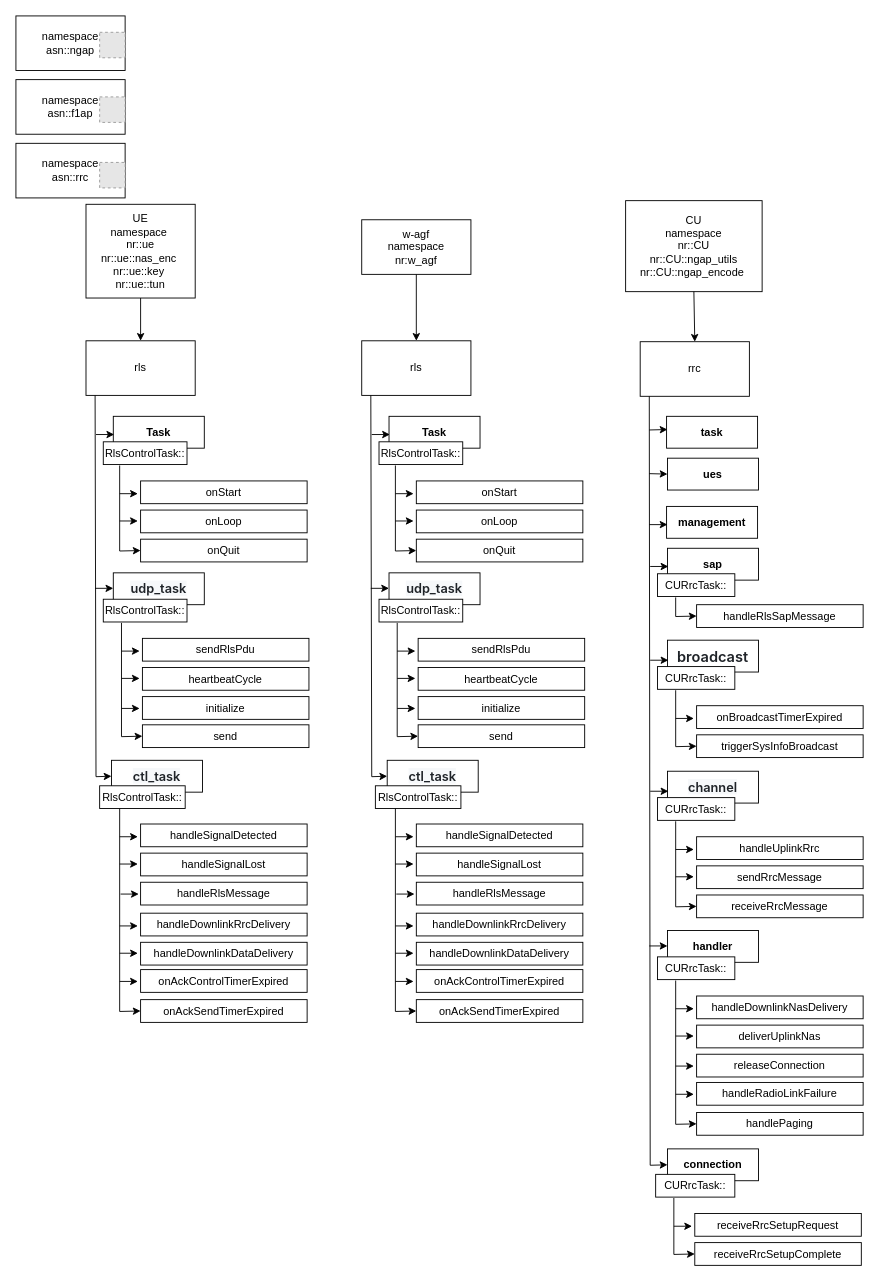
This is page "rlc code architecture" (3 of 4) of Diagram of code.drawio from saffanazyan07/z-UERANSIM-W-AGF, a draw.io file, before an edit. Source tidied: cells renumbered, new cells numbered last; positions are measured from the earlier drawing's top-left corner, leaving out a move shared by most shapes. Both pictures are drawn from the tidied source at 91%, with x=0, y=0 at pixel (15, 15). Pictures stored in the file or linked from it are replaced by grey dashed boxes.
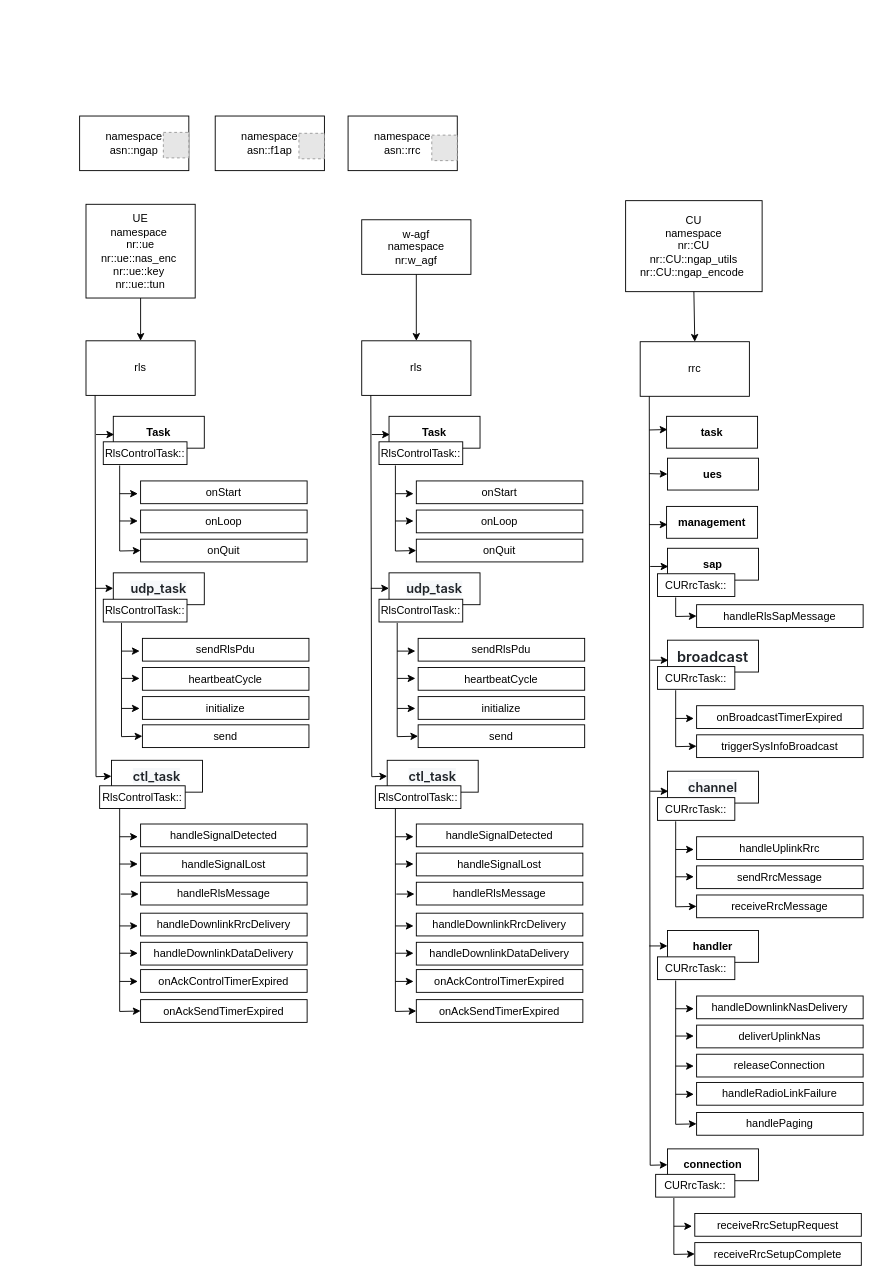
After the change.

What changed in the source:
```diff
@@
-    <mxCell id="5" value="namespace asn::ngap" style="rounded=0;whiteSpace=wrap;html=1;" parent="1" vertex="1">
-      <mxGeometry width="120" height="60" as="geometry" />
-    </mxCell>
-    <mxCell id="6" value="namespace&lt;div&gt;asn::f1ap&lt;/div&gt;" style="rounded=0;whiteSpace=wrap;html=1;" parent="1" vertex="1">
-      <mxGeometry y="70" width="120" height="60" as="geometry" />
-    </mxCell>
@@
-    <mxCell id="8" value="namespace&lt;div&gt;asn::rrc&lt;/div&gt;" style="rounded=0;whiteSpace=wrap;html=1;" parent="1" vertex="1">
-      <mxGeometry y="140" width="120" height="60" as="geometry" />
-    </mxCell>
@@
-    <mxCell id="40" style="fillColor=#E6E6E6;strokeColor=#999999;dashed=1;verticalLabelPosition=bottom;labelBackgroundColor=default;verticalAlign=top;" parent="1" vertex="1">
-      <mxGeometry x="92" y="18" width="28" height="28" as="geometry" />
-    </mxCell>
-    <mxCell id="41" style="fillColor=#E6E6E6;strokeColor=#999999;dashed=1;verticalLabelPosition=bottom;labelBackgroundColor=default;verticalAlign=top;" parent="1" vertex="1">
-      <mxGeometry x="92" y="89" width="28" height="28" as="geometry" />
-    </mxCell>
-    <mxCell id="42" style="fillColor=#E6E6E6;strokeColor=#999999;dashed=1;verticalLabelPosition=bottom;labelBackgroundColor=default;verticalAlign=top;" parent="1" vertex="1">
-      <mxGeometry x="92" y="161" width="28" height="28" as="geometry" />
-    </mxCell>
@@
+    <mxCell id="5" value="namespace asn::ngap" style="rounded=0;whiteSpace=wrap;html=1;" parent="1" vertex="1">
+      <mxGeometry x="70" y="110" width="120" height="60" as="geometry" />
+    </mxCell>
+    <mxCell id="6" value="namespace&lt;div&gt;asn::f1ap&lt;/div&gt;" style="rounded=0;whiteSpace=wrap;html=1;" parent="1" vertex="1">
+      <mxGeometry x="219" y="110" width="120" height="60" as="geometry" />
+    </mxCell>
+    <mxCell id="8" value="namespace&lt;div&gt;asn::rrc&lt;/div&gt;" style="rounded=0;whiteSpace=wrap;html=1;" parent="1" vertex="1">
+      <mxGeometry x="365" y="110" width="120" height="60" as="geometry" />
+    </mxCell>
+    <mxCell id="138" style="fillColor=#E6E6E6;strokeColor=#999999;dashed=1;verticalLabelPosition=bottom;labelBackgroundColor=default;verticalAlign=top;" parent="1" vertex="1">
+      <mxGeometry x="162" y="128" width="28" height="28" as="geometry" />
+    </mxCell>
+    <mxCell id="139" style="fillColor=#E6E6E6;strokeColor=#999999;dashed=1;verticalLabelPosition=bottom;labelBackgroundColor=default;verticalAlign=top;" parent="1" vertex="1">
+      <mxGeometry x="311" y="129" width="28" height="28" as="geometry" />
+    </mxCell>
+    <mxCell id="140" style="fillColor=#E6E6E6;strokeColor=#999999;dashed=1;verticalLabelPosition=bottom;labelBackgroundColor=default;verticalAlign=top;" parent="1" vertex="1">
+      <mxGeometry x="457" y="131" width="28" height="28" as="geometry" />
+    </mxCell>
```
